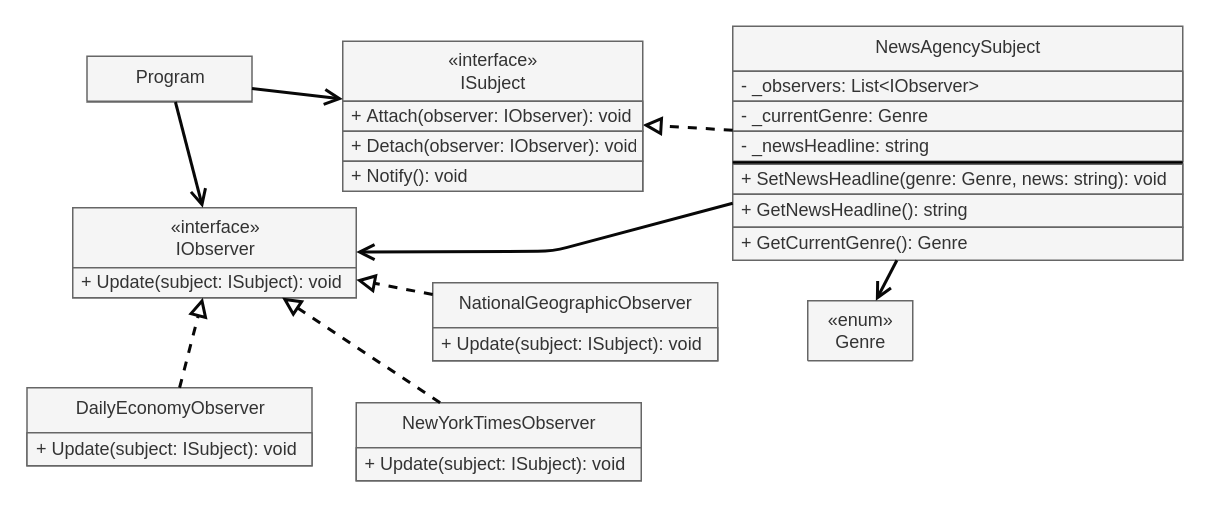
Above: DesignPatterns/Behavioral/Observer/Uml/mediator.drawio in krystianpetek/DesignPatterns (draw.io), before the change. Source tidied: cells renumbered, new cells numbered last; positions are measured from the earlier drawing's top-left corner, leaving out a move shared by most shapes. Both pictures are drawn from the tidied source at 150%, with x=0, y=0 at pixel (27, 26).
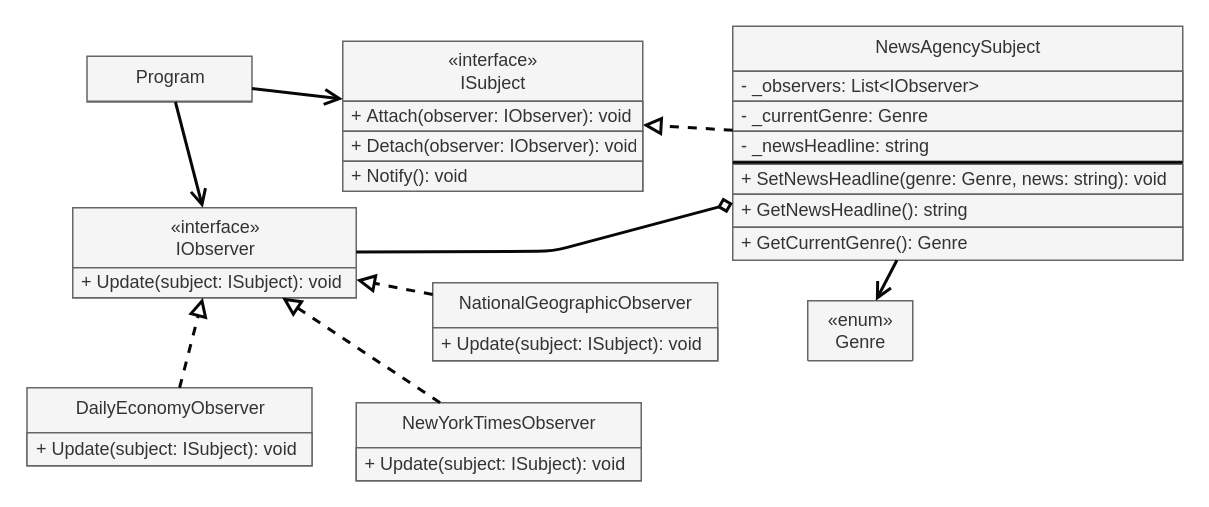
Above is the later version.

Commit message (it also covers changes not shown here):
Fixed mediator UML

Unchanged cells that the change refers to:
```xml
<mxCell id="3" value="NewsAgencySubject" style="swimlane;fontStyle=0;align=center;verticalAlign=top;horizontal=1;startSize=30;html=1;fillColor=#f5f5f5;fontColor=#333333;strokeColor=#666666;" parent="1" vertex="1">
  <mxGeometry x="470" width="300" height="156" as="geometry" />
</mxCell>
<mxCell id="13" value="&lt;span style=&quot;font-weight: 400;&quot;&gt;«interface»&lt;/span&gt;&lt;br style=&quot;font-weight: 400;&quot;&gt;&lt;span style=&quot;font-weight: 400;&quot;&gt;IObserver&lt;br&gt;&lt;/span&gt;" style="swimlane;fontStyle=1;align=center;verticalAlign=middle;horizontal=1;startSize=40;html=1;fillColor=#f5f5f5;fontColor=#333333;strokeColor=#666666;" parent="1" vertex="1">
  <mxGeometry x="30" y="121" width="189" height="60" as="geometry" />
</mxCell>
```

Diff of the diagram source:
```diff
@@
-    <mxCell id="22" style="endArrow=open;startArrow=none;endFill=0;startFill=0;endSize=8;html=1;verticalAlign=bottom;labelBackgroundColor=none;strokeWidth=2;sketch=0;fillColor=#f5f5f5;strokeColor=#080808;" parent="1" edge="1" source="3" target="13">
+    <mxCell id="22" style="endArrow=none;startArrow=diamond;endFill=0;startFill=0;endSize=8;html=1;verticalAlign=bottom;labelBackgroundColor=none;strokeWidth=2;sketch=0;fillColor=#f5f5f5;strokeColor=#080808;" parent="1" edge="1" source="3" target="13">
       <mxGeometry relative="1" as="geometry">
         <Array as="points">
           <mxPoint x="350" y="150" />
         </Array>
       </mxGeometry>
     </mxCell>
```
